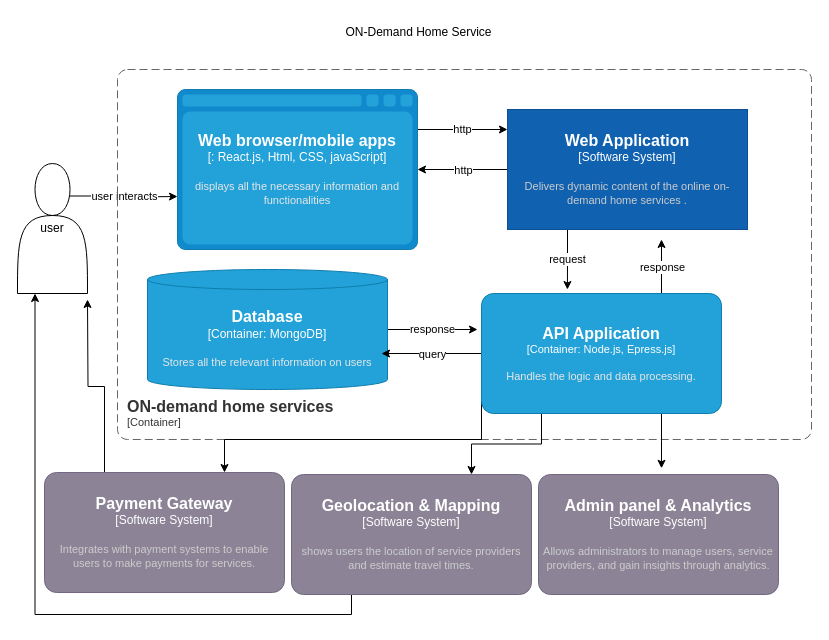
The draw.io diagram Untitled Diagram.drawio in Tinachint/on-demandHomeServices, before the edit. Source tidied: cells renumbered, new cells numbered last; positions are measured from the earlier drawing's top-left corner, leaving out a move shared by most shapes. Both pictures are drawn from the tidied source at 100%, with x=0, y=0 at pixel (17, 17).
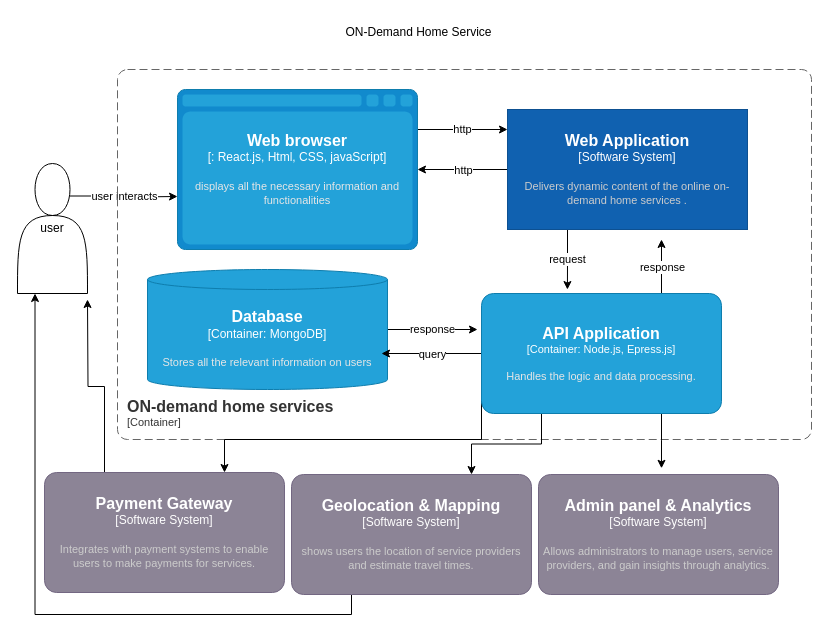
Above is the later version.

The edit, as a diff of the source:
```diff
@@
-    <object id="15" label="&lt;font style=&quot;font-size: 16px&quot;&gt;&lt;b&gt;%c4Type%&lt;/b&gt;&lt;/font&gt;&lt;div&gt;[%c4Container%:&amp;nbsp;%c4Technology%]&lt;/div&gt;&lt;br&gt;&lt;div&gt;&lt;font style=&quot;font-size: 11px&quot;&gt;&lt;font color=&quot;#E6E6E6&quot;&gt;%c4Description%&lt;/font&gt;&lt;/div&gt;" c4Container="" c4Description="displays all the necessary information   and functionalities " c4Technology="React.js, Html, CSS, javaScript" c4Type="Web browser/mobile apps" placeholders="1">
+    <object id="15" label="&lt;font style=&quot;font-size: 16px&quot;&gt;&lt;b&gt;%c4Type%&lt;/b&gt;&lt;/font&gt;&lt;div&gt;[%c4Container%:&amp;nbsp;%c4Technology%]&lt;/div&gt;&lt;br&gt;&lt;div&gt;&lt;font style=&quot;font-size: 11px&quot;&gt;&lt;font color=&quot;#E6E6E6&quot;&gt;%c4Description%&lt;/font&gt;&lt;/div&gt;" c4Container="" c4Description="displays all the necessary information   and functionalities " c4Technology="React.js, Html, CSS, javaScript" c4Type="Web browser" placeholders="1">
       <mxCell style="shape=mxgraph.c4.webBrowserContainer2;whiteSpace=wrap;html=1;boundedLbl=1;rounded=0;labelBackgroundColor=none;strokeColor=#118ACD;fillColor=#23A2D9;strokeColor=#118ACD;strokeColor2=#0E7DAD;fontSize=12;fontColor=#ffffff;align=center;points=[[0.5,0,0],[1,0.25,0],[1,0.5,0],[1,0.75,0],[0.5,1,0],[0,0.75,0],[0,0.5,0],[0,0.25,0]];" parent="1" vertex="1">
         <mxGeometry x="160" y="72" width="240" height="160" as="geometry" />
       </mxCell>
     </object>
```
